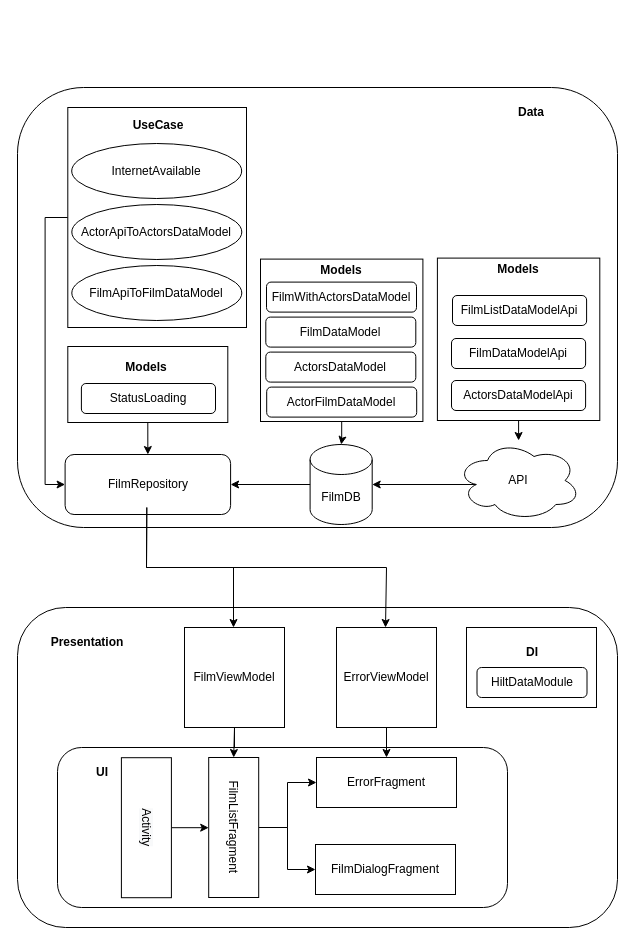
Above: Диаграмма FilmListApp.drawio in ErrorClient/film_list_app (draw.io), before the change. Source tidied: cells renumbered, new cells numbered last; positions are measured from the earlier drawing's top-left corner, leaving out a move shared by most shapes. Both pictures are drawn from the tidied source at 100%, with x=0, y=0 at pixel (17, 87).
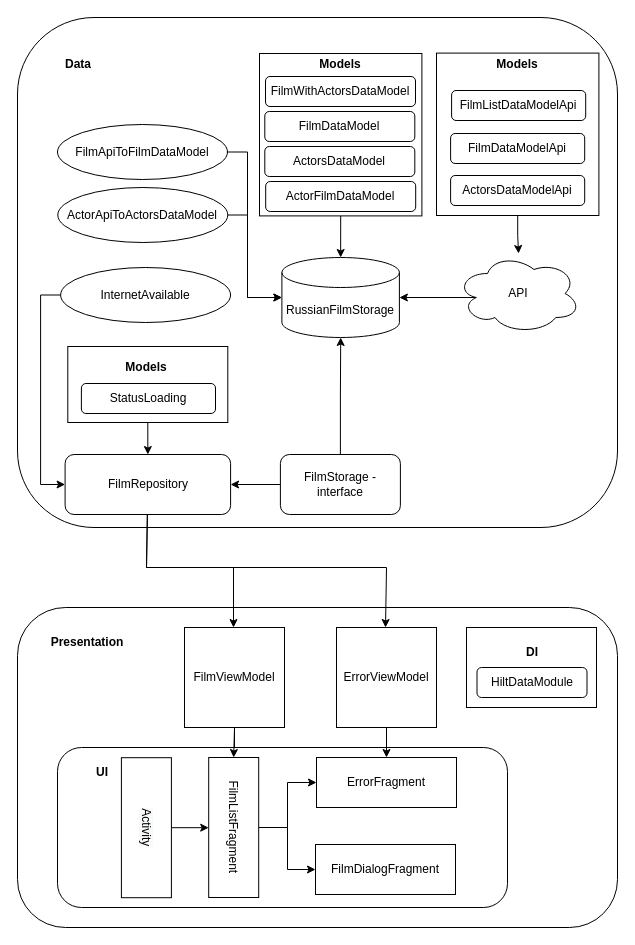
The same diagram, later.

Unchanged cells that the change refers to:
```xml
<mxCell id="26" value="FilmRepository" style="rounded=1;whiteSpace=wrap;html=1;" parent="1" vertex="1">
  <mxGeometry x="47.6" y="367" width="165.5" height="60" as="geometry" />
</mxCell>
<mxCell id="48" style="whiteSpace=wrap;html=1;" parent="47" vertex="1">
  <mxGeometry y="4" width="162.4" height="162.4" as="geometry" />
</mxCell>
```

Change to the diagram source:
```diff
@@
     <mxCell id="24" style="rounded=1;whiteSpace=wrap;html=1;" parent="1" vertex="1">
-      <mxGeometry width="600" height="440" as="geometry" />
+      <mxGeometry y="-70" width="600" height="510" as="geometry" />
     </mxCell>
-    <mxCell id="25" value="FilmDB" style="shape=cylinder3;whiteSpace=wrap;html=1;boundedLbl=1;backgroundOutline=1;size=15;" parent="1" vertex="1">
-      <mxGeometry x="292.6" y="357" width="62.1" height="80" as="geometry" />
+    <mxCell id="25" value="RussianFilmStorage" style="shape=cylinder3;whiteSpace=wrap;html=1;boundedLbl=1;backgroundOutline=1;size=15;" parent="1" vertex="1">
+      <mxGeometry x="264.4" y="170" width="117.5" height="80" as="geometry" />
     </mxCell>
@@
-    <mxCell id="27" style="edgeStyle=orthogonalEdgeStyle;rounded=0;jettySize=auto;html=1;exitX=0;exitY=0.5;exitDx=0;exitDy=0;exitPerimeter=0;" parent="1" edge="1" source="25" target="26">
-      <mxGeometry relative="1" as="geometry" />
-    </mxCell>
-    <mxCell id="28" style="edgeStyle=orthogonalEdgeStyle;rounded=0;jettySize=auto;html=1;exitX=0.5;exitY=1;exitDx=0;exitDy=0;" parent="1" edge="1" source="48" target="25">
+    <mxCell id="28" style="edgeStyle=orthogonalEdgeStyle;rounded=0;jettySize=auto;html=1;exitX=0.5;exitY=1;exitDx=0;exitDy=0;entryX=0.5;entryY=0;entryDx=0;entryDy=0;entryPerimeter=0;" parent="1" edge="1" source="48" target="25">
       <mxGeometry relative="1" as="geometry" />
     </mxCell>
     <mxCell id="29" value="Data" style="text;html=1;strokeColor=none;fillColor=none;align=center;verticalAlign=middle;whiteSpace=wrap;rounded=0;strokeWidth=1;fontStyle=1;" parent="1" vertex="1">
-      <mxGeometry x="483.5" y="10" width="62.1" height="30" as="geometry" />
+      <mxGeometry x="30" y="-38" width="62.1" height="30" as="geometry" />
     </mxCell>
@@
     <mxCell id="31" value="API" style="ellipse;shape=cloud;whiteSpace=wrap;html=1;" parent="1" vertex="1">
-      <mxGeometry x="439" y="353" width="124.1" height="80" as="geometry" />
+      <mxGeometry x="439" y="166" width="124.1" height="80" as="geometry" />
     </mxCell>
@@
-    <mxCell id="34" style="endArrow=classic;html=1;rounded=0;exitX=0.5;exitY=1;exitDx=0;exitDy=0;entryX=0.5;entryY=0;entryDx=0;entryDy=0;" parent="1" edge="1">
+    <mxCell id="34" style="endArrow=classic;html=1;rounded=0;entryX=0.5;entryY=0;entryDx=0;entryDy=0;" parent="1" edge="1" source="26">
       <mxGeometry relative="1" as="geometry">
-        <mxPoint x="129.3" y="420" as="sourcePoint" />
         <mxPoint x="216" y="540" as="targetPoint" />
         <Array as="points">
           <mxPoint x="129" y="480" />
           <mxPoint x="216" y="480" />
         </Array>
       </mxGeometry>
     </mxCell>
-    <mxCell id="35" style="endArrow=classic;html=1;rounded=0;exitX=0.5;exitY=1;exitDx=0;exitDy=0;entryX=0.5;entryY=0;entryDx=0;entryDy=0;" parent="1" edge="1">
+    <mxCell id="35" style="endArrow=classic;html=1;rounded=0;entryX=0.5;entryY=0;entryDx=0;entryDy=0;" parent="1" edge="1" source="26">
       <mxGeometry relative="1" as="geometry">
-        <mxPoint x="129.3" y="420" as="sourcePoint" />
         <mxPoint x="368" y="540" as="targetPoint" />
         <Array as="points">
           <mxPoint x="129" y="480" />
           <mxPoint x="369" y="480" />
         </Array>
       </mxGeometry>
     </mxCell>
-    <mxCell id="36" style="edgeStyle=orthogonalEdgeStyle;rounded=0;jettySize=auto;html=1;exitX=0;exitY=0.5;exitDx=0;exitDy=0;entryX=0;entryY=0.5;entryDx=0;entryDy=0;" parent="1" edge="1" source="55" target="26">
+    <mxCell id="36" style="edgeStyle=orthogonalEdgeStyle;rounded=0;jettySize=auto;html=1;exitX=0;exitY=0.5;exitDx=0;exitDy=0;entryX=0;entryY=0.5;entryDx=0;entryDy=0;" parent="1" edge="1" source="56" target="26">
       <mxGeometry relative="1" as="geometry" />
     </mxCell>
     <mxCell id="37" style="group;" parent="1" vertex="1">
-      <mxGeometry x="419.9" y="167" width="162.4" height="166" as="geometry" />
+      <mxGeometry x="419" y="-38" width="162.4" height="166" as="geometry" />
     </mxCell>
@@
     <mxCell id="47" style="group;" parent="1" vertex="1">
-      <mxGeometry x="243" y="167.6" width="162.4" height="166.4" as="geometry" />
+      <mxGeometry x="242" y="-38" width="162.4" height="166.4" as="geometry" />
     </mxCell>
@@
-    <mxCell id="54" style="group;" parent="1" vertex="1">
-      <mxGeometry x="50.3" y="20" width="178.7" height="220" as="geometry" />
-    </mxCell>
-    <mxCell id="55" style="rounded=0;whiteSpace=wrap;html=1;" parent="54" vertex="1">
-      <mxGeometry width="178.7" height="220" as="geometry" />
-    </mxCell>
+    <mxCell id="60" style="edgeStyle=orthogonalEdgeStyle;rounded=0;jettySize=auto;html=1;" parent="1" edge="1" source="62" target="26">
+      <mxGeometry relative="1" as="geometry" />
+    </mxCell>
+    <mxCell id="61" style="edgeStyle=orthogonalEdgeStyle;rounded=0;jettySize=auto;html=1;exitX=0.5;exitY=0;exitDx=0;exitDy=0;" parent="1" edge="1" source="62" target="25">
+      <mxGeometry relative="1" as="geometry" />
+    </mxCell>
+    <mxCell id="62" value="FilmStorage - interface" style="rounded=1;whiteSpace=wrap;html=1;" parent="1" vertex="1">
+      <mxGeometry x="262.9" y="367" width="120" height="60" as="geometry" />
+    </mxCell>
-    <mxCell id="56" value="InternetAvailable" style="ellipse;whiteSpace=wrap;html=1;" parent="54" vertex="1">
-      <mxGeometry x="3.9" y="36" width="170" height="55" as="geometry" />
+    <mxCell id="56" value="InternetAvailable" style="ellipse;whiteSpace=wrap;html=1;" parent="1" vertex="1">
+      <mxGeometry x="43.1" y="180" width="170" height="55" as="geometry" />
     </mxCell>
+    <mxCell id="63" style="edgeStyle=orthogonalEdgeStyle;rounded=0;jettySize=auto;html=1;entryX=0;entryY=0.5;entryDx=0;entryDy=0;entryPerimeter=0;" parent="1" edge="1" source="57" target="25">
+      <mxGeometry relative="1" as="geometry">
+        <Array as="points">
+          <mxPoint x="230" y="128" />
+          <mxPoint x="230" y="210" />
+        </Array>
+      </mxGeometry>
+    </mxCell>
-    <mxCell id="57" value="ActorApiToActorsDataModel" style="ellipse;whiteSpace=wrap;html=1;" parent="54" vertex="1">
-      <mxGeometry x="4" y="97" width="170" height="55" as="geometry" />
+    <mxCell id="57" value="ActorApiToActorsDataModel" style="ellipse;whiteSpace=wrap;html=1;" parent="1" vertex="1">
+      <mxGeometry x="40.3" y="100" width="170" height="55" as="geometry" />
     </mxCell>
+    <mxCell id="64" style="edgeStyle=orthogonalEdgeStyle;rounded=0;jettySize=auto;html=1;entryX=0;entryY=0.5;entryDx=0;entryDy=0;entryPerimeter=0;exitX=1;exitY=0.5;exitDx=0;exitDy=0;" parent="1" edge="1" source="58" target="25">
+      <mxGeometry relative="1" as="geometry">
+        <Array as="points">
+          <mxPoint x="230" y="65" />
+          <mxPoint x="230" y="210" />
+        </Array>
+      </mxGeometry>
+    </mxCell>
-    <mxCell id="58" value="FilmApiToFilmDataModel" style="ellipse;whiteSpace=wrap;html=1;" parent="54" vertex="1">
-      <mxGeometry x="4" y="158" width="170" height="55" as="geometry" />
+    <mxCell id="58" value="FilmApiToFilmDataModel" style="ellipse;whiteSpace=wrap;html=1;" parent="1" vertex="1">
+      <mxGeometry x="40" y="37" width="170" height="55" as="geometry" />
     </mxCell>
-    <mxCell id="59" value="UseCase" style="text;html=1;strokeColor=none;fillColor=none;align=center;verticalAlign=middle;whiteSpace=wrap;rounded=0;strokeWidth=1;fontStyle=1;" parent="54" vertex="1">
-      <mxGeometry x="59.3" y="3" width="62.1" height="30" as="geometry" />
-    </mxCell>
```
